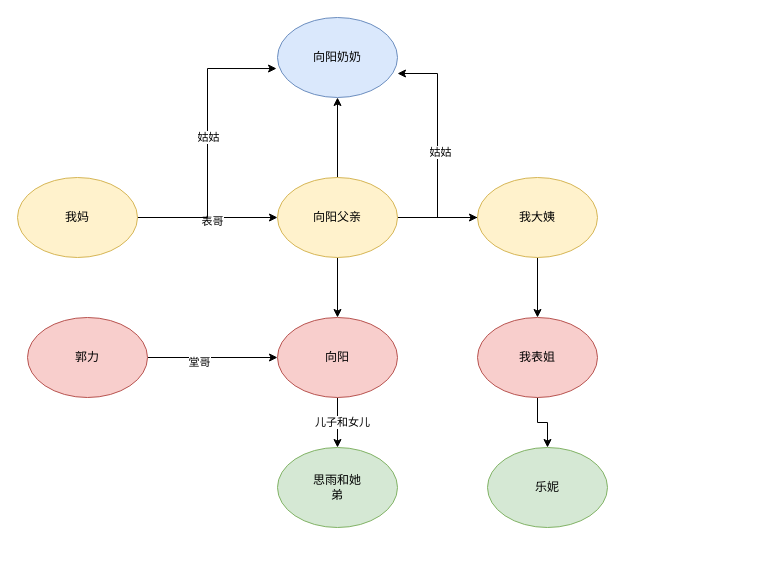
Before: Untitled Diagram.drawio in ccb1900/pages, a draw.io diagram. Source tidied: cells renumbered, new cells numbered last; positions are measured from the earlier drawing's top-left corner, leaving out a move shared by most shapes. Both pictures are drawn from the tidied source at 100%, with x=0, y=0 at pixel (17, 17).
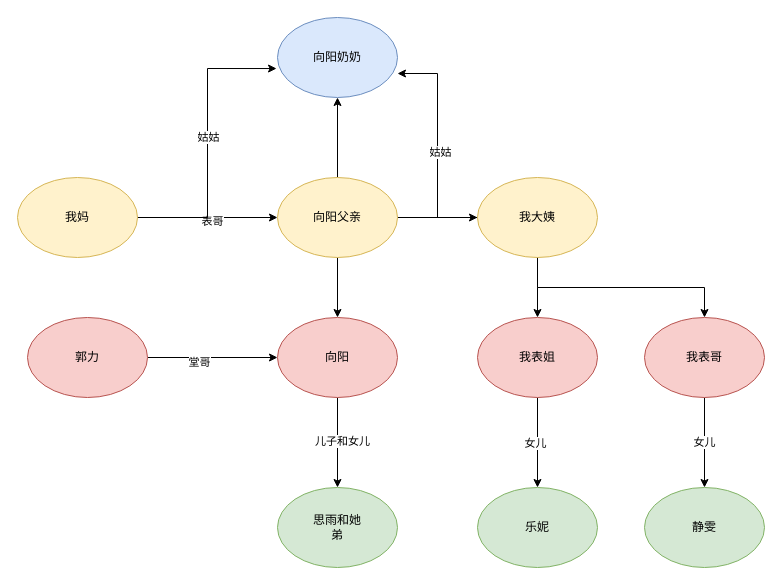
The same page after the edit.

Unchanged cells that the change refers to:
```xml
<mxCell id="22" value="我大姨" style="ellipse;whiteSpace=wrap;html=1;fillColor=#fff2cc;strokeColor=#d6b656;" parent="1" vertex="1">
  <mxGeometry x="460" y="160" width="120" height="80" as="geometry" />
</mxCell>
<mxCell id="23" style="edgeStyle=orthogonalEdgeStyle;rounded=0;jettySize=auto;html=1;" parent="1" edge="1" source="24" target="25">
  <mxGeometry relative="1" as="geometry" />
</mxCell>
<mxCell id="24" value="我表姐" style="ellipse;whiteSpace=wrap;html=1;fillColor=#f8cecc;strokeColor=#b85450;" parent="1" vertex="1">
  <mxGeometry x="460" y="300" width="120" height="80" as="geometry" />
</mxCell>
```

Change to the diagram source:
```diff
@@
     <mxCell id="8" value="思雨和她&lt;br&gt;弟" style="ellipse;whiteSpace=wrap;html=1;fillColor=#d5e8d4;strokeColor=#82b366;" parent="1" vertex="1">
-      <mxGeometry x="260" y="430" width="120" height="80" as="geometry" />
+      <mxGeometry x="260" y="470" width="120" height="80" as="geometry" />
     </mxCell>
@@
     <mxCell id="21" style="edgeStyle=orthogonalEdgeStyle;rounded=0;jettySize=auto;html=1;" parent="1" edge="1" source="22" target="24">
-      <mxGeometry relative="1" as="geometry" />
+      <mxGeometry relative="1" as="geometry">
+        <Array as="points">
+          <mxPoint x="520" y="270" />
+          <mxPoint x="520" y="270" />
+        </Array>
+      </mxGeometry>
     </mxCell>
+    <mxCell id="26" style="edgeStyle=orthogonalEdgeStyle;rounded=0;jettySize=auto;html=1;exitX=0.5;exitY=1;exitDx=0;exitDy=0;" parent="1" edge="1" source="22" target="29">
+      <mxGeometry relative="1" as="geometry" />
+    </mxCell>
@@
+    <mxCell id="27" value="女儿" style="edgeLabel;html=1;align=center;verticalAlign=middle;" parent="23" vertex="1">
+      <mxGeometry y="-3" relative="1" as="geometry" />
+    </mxCell>
@@
     <mxCell id="25" value="乐妮" style="ellipse;whiteSpace=wrap;html=1;fillColor=#d5e8d4;strokeColor=#82b366;" parent="1" vertex="1">
-      <mxGeometry x="470" y="430" width="120" height="80" as="geometry" />
+      <mxGeometry x="460" y="470" width="120" height="80" as="geometry" />
     </mxCell>
+    <mxCell id="28" value="女儿&lt;br&gt;" style="edgeStyle=orthogonalEdgeStyle;rounded=0;jettySize=auto;html=1;" parent="1" edge="1" source="29" target="30">
+      <mxGeometry relative="1" as="geometry" />
+    </mxCell>
+    <mxCell id="29" value="我表哥" style="ellipse;whiteSpace=wrap;html=1;fillColor=#f8cecc;strokeColor=#b85450;" parent="1" vertex="1">
+      <mxGeometry x="627" y="300" width="120" height="80" as="geometry" />
+    </mxCell>
+    <mxCell id="30" value="静雯" style="ellipse;whiteSpace=wrap;html=1;fillColor=#d5e8d4;strokeColor=#82b366;" parent="1" vertex="1">
+      <mxGeometry x="627" y="470" width="120" height="80" as="geometry" />
+    </mxCell>
```
